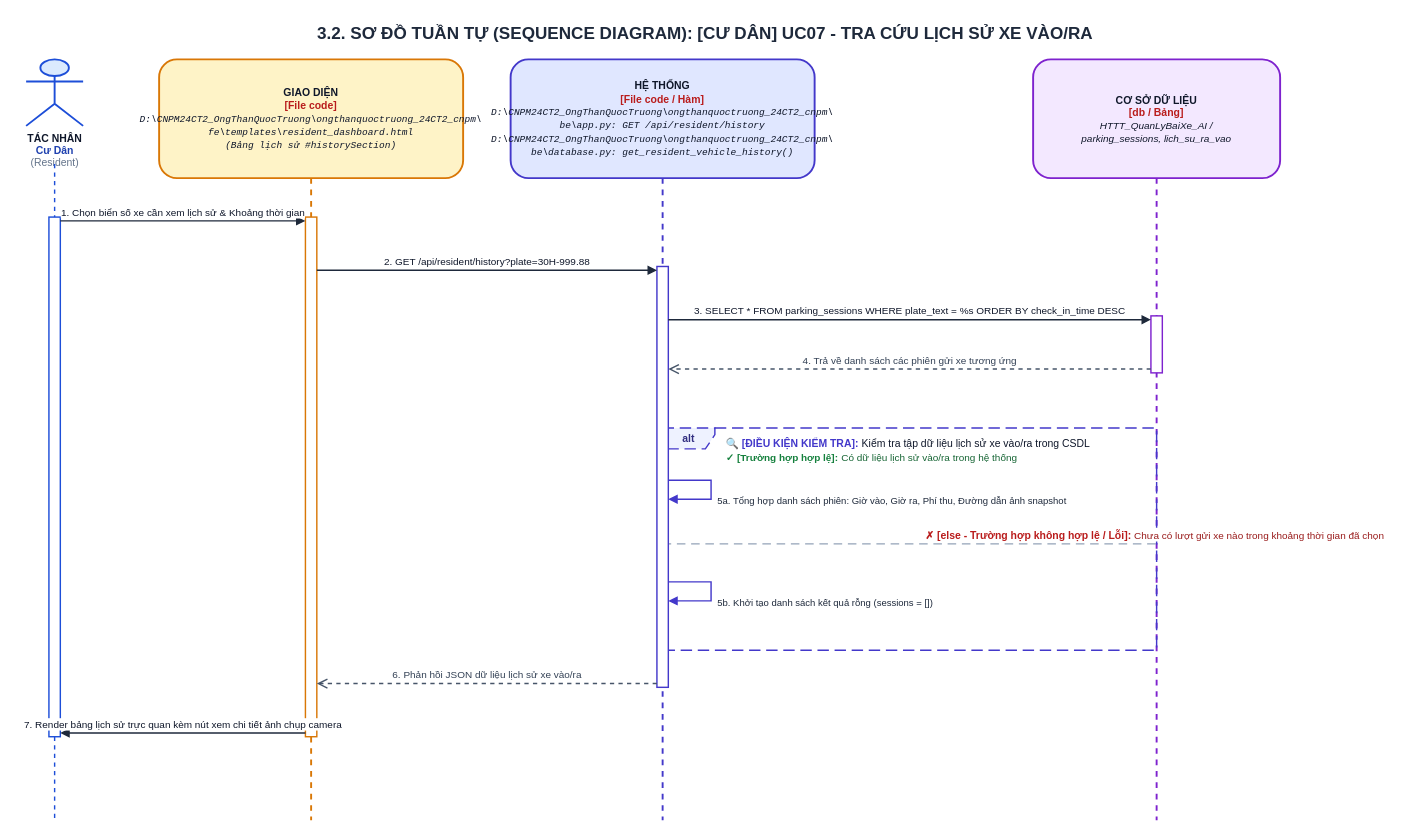
Before: ongthanquoctruong_24CT2_cnpm/docs/drawio/uc07_resident_history.drawio in Truong027/CNPM24, a draw.io diagram. Source tidied: cells renumbered, new cells numbered last; positions are measured from the earlier drawing's top-left corner, leaving out a move shared by most shapes. Both pictures are drawn from the tidied source at 95%, with x=0, y=0 at pixel (16, 16).
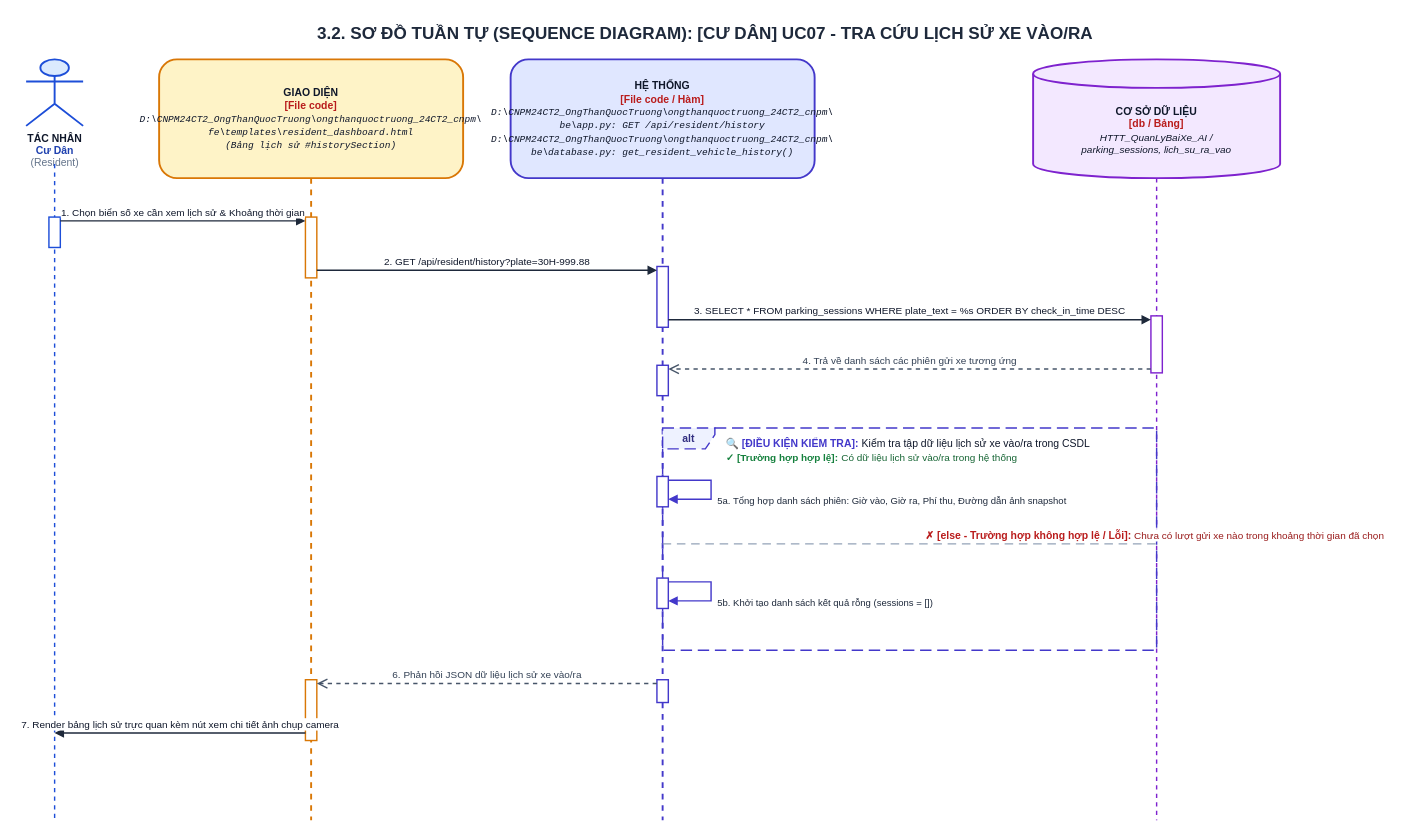
Above is the later version.

What changed in the source:
```diff
@@
+    <mxCell id="23" value="&lt;b&gt;CƠ SỞ DỮ LIỆU&lt;/b&gt;&lt;br/&gt;&lt;font color='#B91C1C'&gt;&lt;b&gt;[db / Bảng]&lt;/b&gt;&lt;/font&gt;&lt;br/&gt;&lt;font style='font-size: 10.5px;'&gt;&lt;i&gt;HTTT_QuanLyBaiXe_AI /&lt;br/&gt;parking_sessions, lich_su_ra_vao&lt;/i&gt;&lt;/font&gt;" style="shape=cylinder3;whiteSpace=wrap;html=1;boundedLbl=1;backgroundOutline=1;size=15;fillColor=#F3E8FF;strokeColor=#7E22CE;strokeWidth=2;fontColor=#0F172A;align=center;fontSize=11;" parent="1" vertex="1">
+      <mxGeometry x="1070" y="45" width="260" height="125" as="geometry" />
+    </mxCell>
-    <mxCell id="7" value="&lt;b&gt;CƠ SỞ DỮ LIỆU&lt;/b&gt;&lt;br/&gt;&lt;font color='#B91C1C'&gt;&lt;b&gt;[db / Bảng]&lt;/b&gt;&lt;/font&gt;&lt;br/&gt;&lt;font style='font-size: 10.5px;'&gt;&lt;i&gt;HTTT_QuanLyBaiXe_AI /&lt;br/&gt;parking_sessions, lich_su_ra_vao&lt;/i&gt;&lt;/font&gt;" style="shape=umlLifeline;perimeter=lifelinePerimeter;whiteSpace=wrap;html=1;size=125;fillColor=#F3E8FF;strokeColor=#7E22CE;strokeWidth=2;fontColor=#0F172A;rounded=1;shadow=0;fontSize=11;align=center;" parent="1" vertex="1">
-      <mxGeometry x="1070" y="45" width="260" height="801" as="geometry" />
+    <mxCell id="7" style="endArrow=none;dashed=1;html=1;strokeWidth=1.5;strokeColor=#7E22CE;" parent="1" edge="1">
+      <mxGeometry relative="1" as="geometry">
+        <mxPoint x="1200" y="170" as="sourcePoint" />
+        <mxPoint x="1200" y="846" as="targetPoint" />
+      </mxGeometry>
     </mxCell>
@@
-    <mxCell id="11" style="html=1;perimeter=orthogonalPerimeter;targetShapes=umlLifeline;topToBottom=1;fillColor=#FFFFFF;strokeColor=#1D4ED8;strokeWidth=1.5;rounded=0;" parent="1" vertex="1">
-      <mxGeometry x="34" y="211" width="12" height="547" as="geometry" />
-    </mxCell>
-    <mxCell id="12" style="html=1;perimeter=orthogonalPerimeter;targetShapes=umlLifeline;topToBottom=1;fillColor=#FFFFFF;strokeColor=#D97706;strokeWidth=1.5;rounded=0;" parent="1" vertex="1">
-      <mxGeometry x="304" y="211" width="12" height="547" as="geometry" />
-    </mxCell>
-    <mxCell id="13" style="html=1;perimeter=orthogonalPerimeter;targetShapes=umlLifeline;topToBottom=1;fillColor=#FFFFFF;strokeColor=#4338CA;strokeWidth=1.5;rounded=0;" parent="1" vertex="1">
-      <mxGeometry x="674" y="263" width="12" height="443" as="geometry" />
-    </mxCell>
+    <mxCell id="24" style="html=1;perimeter=orthogonalPerimeter;targetShapes=umlLifeline;topToBottom=1;fillColor=#FFFFFF;strokeColor=#1D4ED8;strokeWidth=1.5;rounded=0;" parent="1" vertex="1">
+      <mxGeometry x="34" y="211" width="12" height="32" as="geometry" />
+    </mxCell>
+    <mxCell id="25" style="html=1;perimeter=orthogonalPerimeter;targetShapes=umlLifeline;topToBottom=1;fillColor=#FFFFFF;strokeColor=#D97706;strokeWidth=1.5;rounded=0;" parent="1" vertex="1">
+      <mxGeometry x="304" y="211" width="12" height="64" as="geometry" />
+    </mxCell>
+    <mxCell id="26" style="html=1;perimeter=orthogonalPerimeter;targetShapes=umlLifeline;topToBottom=1;fillColor=#FFFFFF;strokeColor=#D97706;strokeWidth=1.5;rounded=0;" parent="1" vertex="1">
+      <mxGeometry x="304" y="698" width="12" height="64" as="geometry" />
+    </mxCell>
+    <mxCell id="27" style="html=1;perimeter=orthogonalPerimeter;targetShapes=umlLifeline;topToBottom=1;fillColor=#FFFFFF;strokeColor=#4338CA;strokeWidth=1.5;rounded=0;" parent="1" vertex="1">
+      <mxGeometry x="674" y="263" width="12" height="64" as="geometry" />
+    </mxCell>
+    <mxCell id="28" style="html=1;perimeter=orthogonalPerimeter;targetShapes=umlLifeline;topToBottom=1;fillColor=#FFFFFF;strokeColor=#4338CA;strokeWidth=1.5;rounded=0;" parent="1" vertex="1">
+      <mxGeometry x="674" y="367" width="12" height="32" as="geometry" />
+    </mxCell>
+    <mxCell id="29" style="html=1;perimeter=orthogonalPerimeter;targetShapes=umlLifeline;topToBottom=1;fillColor=#FFFFFF;strokeColor=#4338CA;strokeWidth=1.5;rounded=0;" parent="1" vertex="1">
+      <mxGeometry x="674" y="484" width="12" height="32" as="geometry" />
+    </mxCell>
+    <mxCell id="30" style="html=1;perimeter=orthogonalPerimeter;targetShapes=umlLifeline;topToBottom=1;fillColor=#FFFFFF;strokeColor=#4338CA;strokeWidth=1.5;rounded=0;" parent="1" vertex="1">
+      <mxGeometry x="674" y="591" width="12" height="32" as="geometry" />
+    </mxCell>
+    <mxCell id="31" style="html=1;perimeter=orthogonalPerimeter;targetShapes=umlLifeline;topToBottom=1;fillColor=#FFFFFF;strokeColor=#4338CA;strokeWidth=1.5;rounded=0;" parent="1" vertex="1">
+      <mxGeometry x="674" y="698" width="12" height="24" as="geometry" />
+    </mxCell>
@@
     <mxCell id="22" value="7. Render bảng lịch sử trực quan kèm nút xem chi tiết ảnh chụp camera" style="html=1;verticalAlign=bottom;endArrow=block;rounded=0;strokeColor=#1E293B;strokeWidth=1.5;fontColor=#0F172A;fontSize=10.5;" parent="1" edge="1">
       <mxGeometry relative="1" as="geometry">
         <mxPoint x="304" y="754" as="sourcePoint" />
-        <mxPoint x="46" y="754" as="targetPoint" />
+        <mxPoint x="40" y="754" as="targetPoint" />
       </mxGeometry>
     </mxCell>
```
